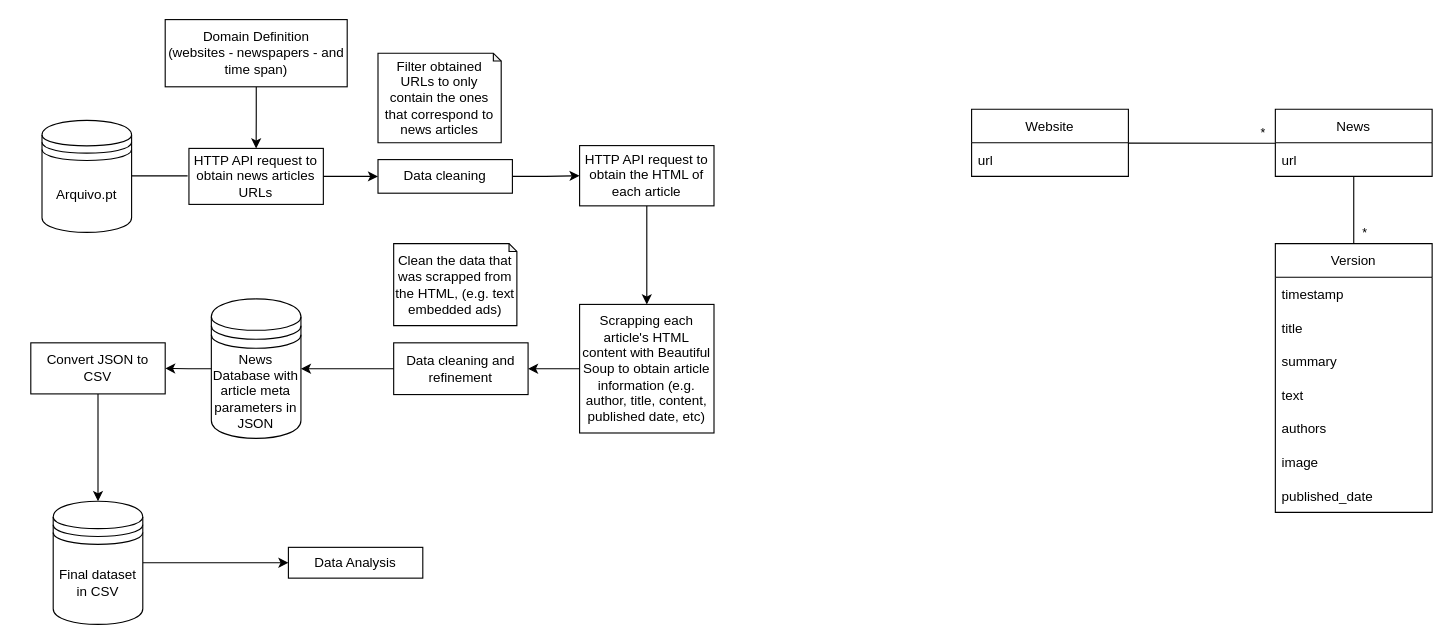
The draw.io diagram docs/pipeline.drawio in TsarkFC/pri-proj, before the edit. Source tidied: cells renumbered, new cells numbered last; positions are measured from the earlier drawing's top-left corner, leaving out a move shared by most shapes. Both pictures are drawn from the tidied source at 112%, with x=0, y=0 at pixel (30, 19).
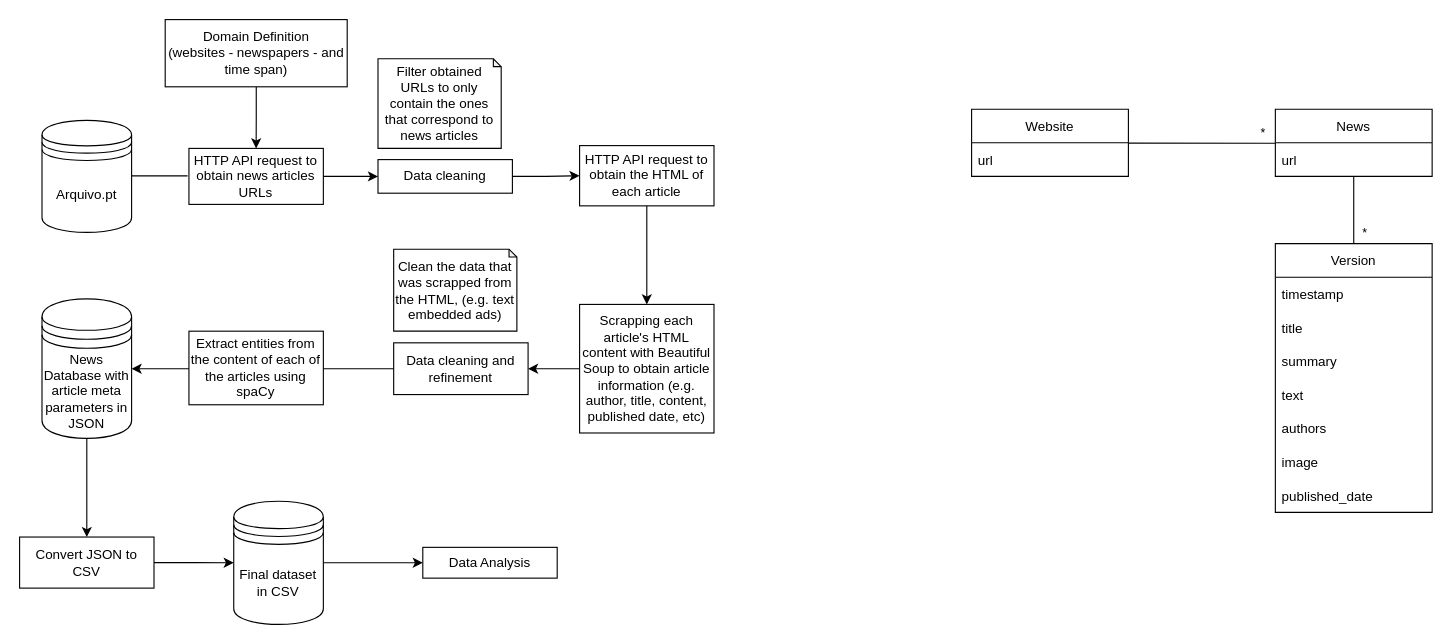
The same page after the edit.

Commit message:
Added spaCy to pipeline

The edit, as a diff of the source:
```diff
@@
     <mxCell id="12" value="News Database with article meta parameters in JSON" style="shape=datastore;whiteSpace=wrap;html=1;fontColor=default;strokeColor=default;fillColor=default;" parent="1" vertex="1">
-      <mxGeometry x="161.2" y="249.4" width="80" height="124.5" as="geometry" />
+      <mxGeometry x="10" y="249.4" width="80" height="124.5" as="geometry" />
     </mxCell>
@@
     <mxCell id="14" value="&lt;span&gt;Convert JSON to CSV&lt;/span&gt;" style="rounded=0;whiteSpace=wrap;html=1;fontColor=default;strokeColor=default;fillColor=default;" parent="1" vertex="1">
-      <mxGeometry y="288.6" width="120" height="45.6" as="geometry" />
+      <mxGeometry x="-10" y="462" width="120" height="45.6" as="geometry" />
     </mxCell>
@@
     <mxCell id="16" value="Final dataset in CSV" style="shape=datastore;whiteSpace=wrap;html=1;fontColor=default;strokeColor=default;fillColor=default;" parent="1" vertex="1">
-      <mxGeometry x="20" y="430" width="80" height="110" as="geometry" />
+      <mxGeometry x="181.2" y="430" width="80" height="110" as="geometry" />
     </mxCell>
     <mxCell id="17" value="&lt;span&gt;Data Analysis&lt;/span&gt;" style="rounded=0;whiteSpace=wrap;html=1;fontColor=default;strokeColor=default;fillColor=default;" parent="1" vertex="1">
-      <mxGeometry x="230" y="471.2" width="120" height="27.5" as="geometry" />
+      <mxGeometry x="350" y="471.2" width="120" height="27.5" as="geometry" />
     </mxCell>
@@
     <mxCell id="39" value="&lt;span&gt;Filter obtained URLs to only contain the ones that correspond to news articles&lt;/span&gt;" style="shape=note;whiteSpace=wrap;html=1;backgroundOutline=1;darkOpacity=0.05;size=7;" parent="1" vertex="1">
-      <mxGeometry x="310" y="30" width="110" height="80" as="geometry" />
+      <mxGeometry x="310" y="35" width="110" height="80" as="geometry" />
     </mxCell>
     <mxCell id="40" value="Clean the data that was scrapped from the HTML, (e.g. text embedded ads)" style="shape=note;whiteSpace=wrap;html=1;backgroundOutline=1;darkOpacity=0.05;size=7;" parent="1" vertex="1">
-      <mxGeometry x="324" y="200" width="110" height="73.2" as="geometry" />
+      <mxGeometry x="324" y="205" width="110" height="73.2" as="geometry" />
     </mxCell>
+    <mxCell id="41" value="&lt;span&gt;Extract entities from the content of each of the articles using spaCy&lt;/span&gt;" style="rounded=0;whiteSpace=wrap;html=1;fontColor=default;strokeColor=default;fillColor=default;" parent="1" vertex="1">
+      <mxGeometry x="141.2" y="278.2" width="120" height="65.7" as="geometry" />
+    </mxCell>
```
